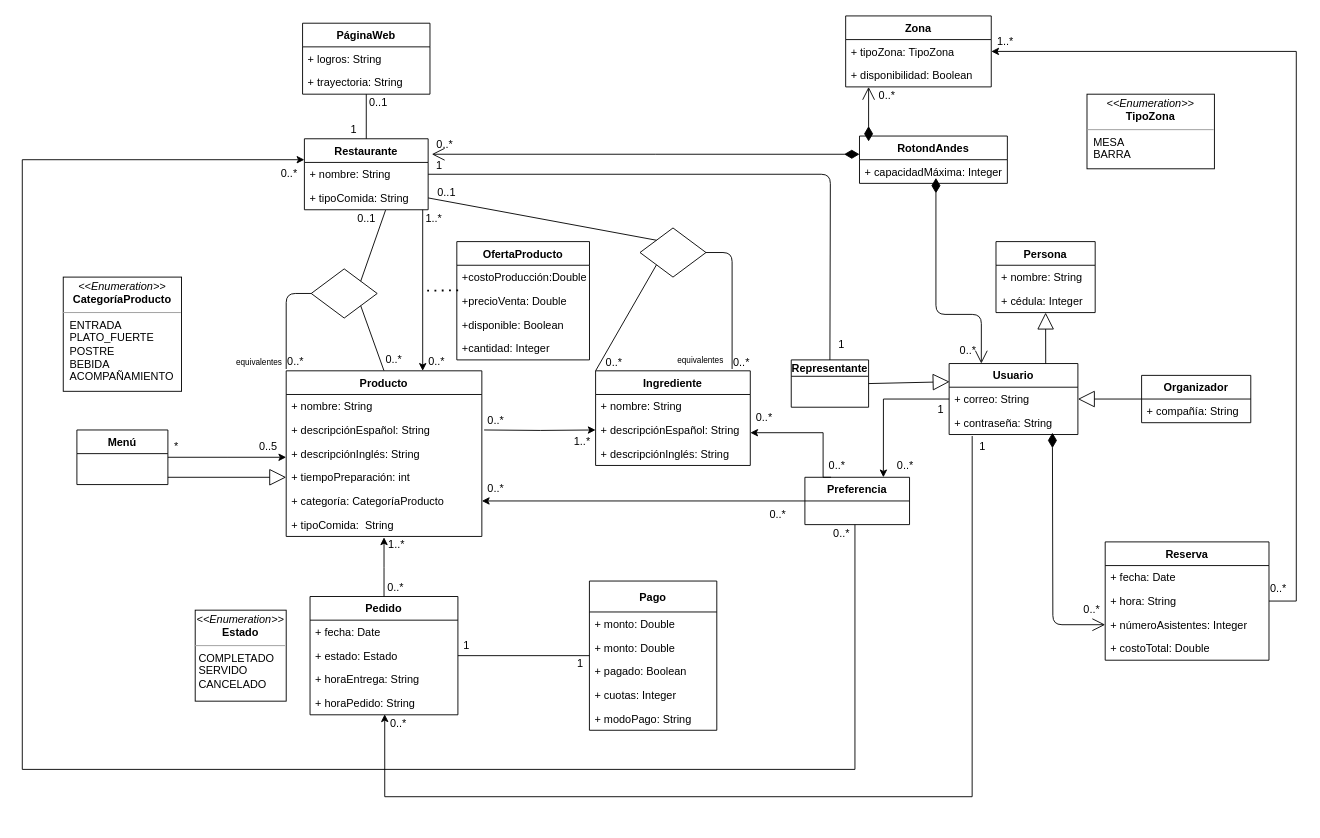
Above: Untitled Diagram.drawio in ValentinaSalazarM/Sistrans (draw.io), before the change. Source tidied: cells renumbered, new cells numbered last; positions are measured from the earlier drawing's top-left corner, leaving out a move shared by most shapes. Both pictures are drawn from the tidied source at 91%, with x=0, y=0 at pixel (22, 15).
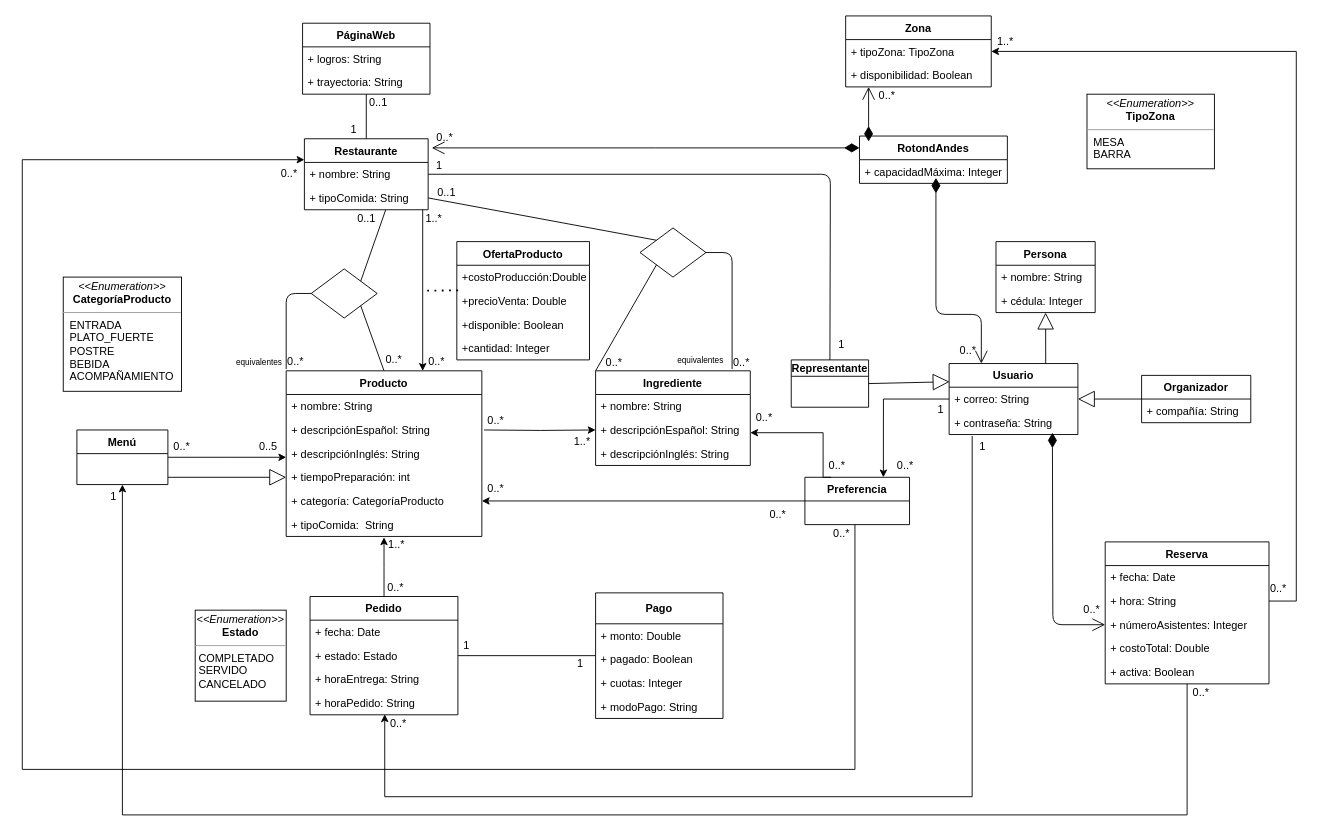
Above is the later version.

The change refers to these unchanged cells:
```xml
<mxCell id="39" value="Menú" style="swimlane;fontStyle=1;align=center;verticalAlign=top;horizontal=1;startSize=26;" parent="1" vertex="1">
  <mxGeometry x="60" y="455" width="100" height="60" as="geometry" />
</mxCell>
<mxCell id="107" value="RotondAndes" style="swimlane;fontStyle=1;horizontal=1;startSize=26;fillColor=none;" parent="1" vertex="1">
  <mxGeometry x="920" y="132" width="162.5" height="52" as="geometry" />
</mxCell>
```

The edit, as a diff of the source:
```diff
@@
-    <mxCell id="23" value="*" style="text;html=1;align=center;verticalAlign=middle;" parent="1" vertex="1">
-      <mxGeometry x="158.5" y="464" width="20" height="20" as="geometry" />
+    <mxCell id="23" value="0..*" style="text;html=1;align=center;verticalAlign=middle;" parent="1" vertex="1">
+      <mxGeometry x="160" y="464" width="30" height="20" as="geometry" />
     </mxCell>
@@
     <mxCell id="43" value="0..*" style="text;html=1;align=center;verticalAlign=middle;" parent="1" vertex="1">
-      <mxGeometry x="448.8" y="132" width="30" height="20" as="geometry" />
+      <mxGeometry x="448.8" y="124" width="30" height="20" as="geometry" />
     </mxCell>
     <mxCell id="44" value="Reserva" style="swimlane;fontStyle=1;horizontal=1;startSize=26;fillColor=none;" parent="1" vertex="1">
-      <mxGeometry x="1190" y="578" width="180" height="130" as="geometry" />
+      <mxGeometry x="1190" y="578" width="180" height="156" as="geometry" />
     </mxCell>
@@
+    <mxCell id="130" value="+ activa: Boolean" style="text;strokeColor=none;fillColor=none;align=left;verticalAlign=top;spacingLeft=4;spacingRight=4;overflow=hidden;points=[[0,0.5],[1,0.5]];portConstraint=eastwest;" parent="44" vertex="1">
+      <mxGeometry y="130" width="180" height="26" as="geometry" />
+    </mxCell>
@@
-    <mxCell id="104" style="endArrow=open;html=1;endSize=12;startArrow=diamondThin;startSize=14;startFill=1;edgeStyle=orthogonalEdgeStyle;align=left;verticalAlign=bottom;exitX=0;exitY=0.385;exitDx=0;exitDy=0;exitPerimeter=0;" parent="1" edge="1" source="107">
+    <mxCell id="104" style="endArrow=open;html=1;endSize=12;startArrow=diamondThin;startSize=14;startFill=1;edgeStyle=orthogonalEdgeStyle;align=left;verticalAlign=bottom;exitX=0;exitY=0.25;exitDx=0;exitDy=0;" parent="1" edge="1" source="107">
       <mxGeometry x="-1" y="3" relative="1" as="geometry">
-        <mxPoint x="450" y="152" as="targetPoint" />
+        <mxPoint x="450" y="145" as="targetPoint" />
       </mxGeometry>
     </mxCell>
@@
-    <mxCell id="111" value="Pago" style="swimlane;fontStyle=1;horizontal=1;startSize=34;fillColor=none;" parent="1" vertex="1">
-      <mxGeometry x="623.2" y="621" width="140" height="164" as="geometry" />
-    </mxCell>
-    <mxCell id="112" value="+ monto: Double" style="text;strokeColor=none;fillColor=none;align=left;verticalAlign=top;spacingLeft=4;spacingRight=4;overflow=hidden;" parent="111" vertex="1">
-      <mxGeometry y="34" width="140" height="26" as="geometry" />
-    </mxCell>
-    <mxCell id="113" value="+ monto: Double" style="text;strokeColor=none;fillColor=none;align=left;verticalAlign=top;spacingLeft=4;spacingRight=4;overflow=hidden;" parent="111" vertex="1">
-      <mxGeometry y="60" width="140" height="26" as="geometry" />
-    </mxCell>
-    <mxCell id="114" value="+ pagado: Boolean" style="text;strokeColor=none;fillColor=none;align=left;verticalAlign=top;spacingLeft=4;spacingRight=4;overflow=hidden;" parent="111" vertex="1">
-      <mxGeometry y="86" width="140" height="26" as="geometry" />
-    </mxCell>
-    <mxCell id="115" value="+ cuotas: Integer" style="text;strokeColor=none;fillColor=none;align=left;verticalAlign=top;spacingLeft=4;spacingRight=4;overflow=hidden;" parent="111" vertex="1">
-      <mxGeometry y="112" width="140" height="26" as="geometry" />
-    </mxCell>
-    <mxCell id="116" value="+ modoPago: String" style="text;strokeColor=none;fillColor=none;align=left;verticalAlign=top;spacingLeft=4;spacingRight=4;overflow=hidden;" parent="111" vertex="1">
-      <mxGeometry y="138" width="140" height="26" as="geometry" />
-    </mxCell>
@@
+    <mxCell id="111" value="Pago" style="swimlane;fontStyle=1;horizontal=1;startSize=34;fillColor=none;" parent="1" vertex="1">
+      <mxGeometry x="630" y="634" width="140" height="138" as="geometry" />
+    </mxCell>
+    <mxCell id="112" value="+ monto: Double" style="text;strokeColor=none;fillColor=none;align=left;verticalAlign=top;spacingLeft=4;spacingRight=4;overflow=hidden;" parent="111" vertex="1">
+      <mxGeometry y="34" width="140" height="26" as="geometry" />
+    </mxCell>
+    <mxCell id="114" value="+ pagado: Boolean" style="text;strokeColor=none;fillColor=none;align=left;verticalAlign=top;spacingLeft=4;spacingRight=4;overflow=hidden;" parent="111" vertex="1">
+      <mxGeometry y="60" width="140" height="26" as="geometry" />
+    </mxCell>
+    <mxCell id="115" value="+ cuotas: Integer" style="text;strokeColor=none;fillColor=none;align=left;verticalAlign=top;spacingLeft=4;spacingRight=4;overflow=hidden;" parent="111" vertex="1">
+      <mxGeometry y="86" width="140" height="26" as="geometry" />
+    </mxCell>
+    <mxCell id="116" value="+ modoPago: String" style="text;strokeColor=none;fillColor=none;align=left;verticalAlign=top;spacingLeft=4;spacingRight=4;overflow=hidden;" parent="111" vertex="1">
+      <mxGeometry y="112" width="140" height="26" as="geometry" />
+    </mxCell>
+    <mxCell id="131" style="edgeStyle=orthogonalEdgeStyle;rounded=0;jettySize=auto;html=1;entryX=0.5;entryY=1;entryDx=0;entryDy=0;" parent="1" edge="1" source="130" target="39">
+      <mxGeometry relative="1" as="geometry">
+        <Array as="points">
+          <mxPoint x="1280" y="878" />
+          <mxPoint x="110" y="878" />
+        </Array>
+      </mxGeometry>
+    </mxCell>
+    <mxCell id="132" value="1" style="text;html=1;align=center;verticalAlign=middle;" parent="1" vertex="1">
+      <mxGeometry x="90" y="518" width="20" height="20" as="geometry" />
+    </mxCell>
+    <mxCell id="133" value="0..*" style="text;html=1;align=center;verticalAlign=middle;" parent="1" vertex="1">
+      <mxGeometry x="1280" y="734" width="30" height="20" as="geometry" />
+    </mxCell>
```
